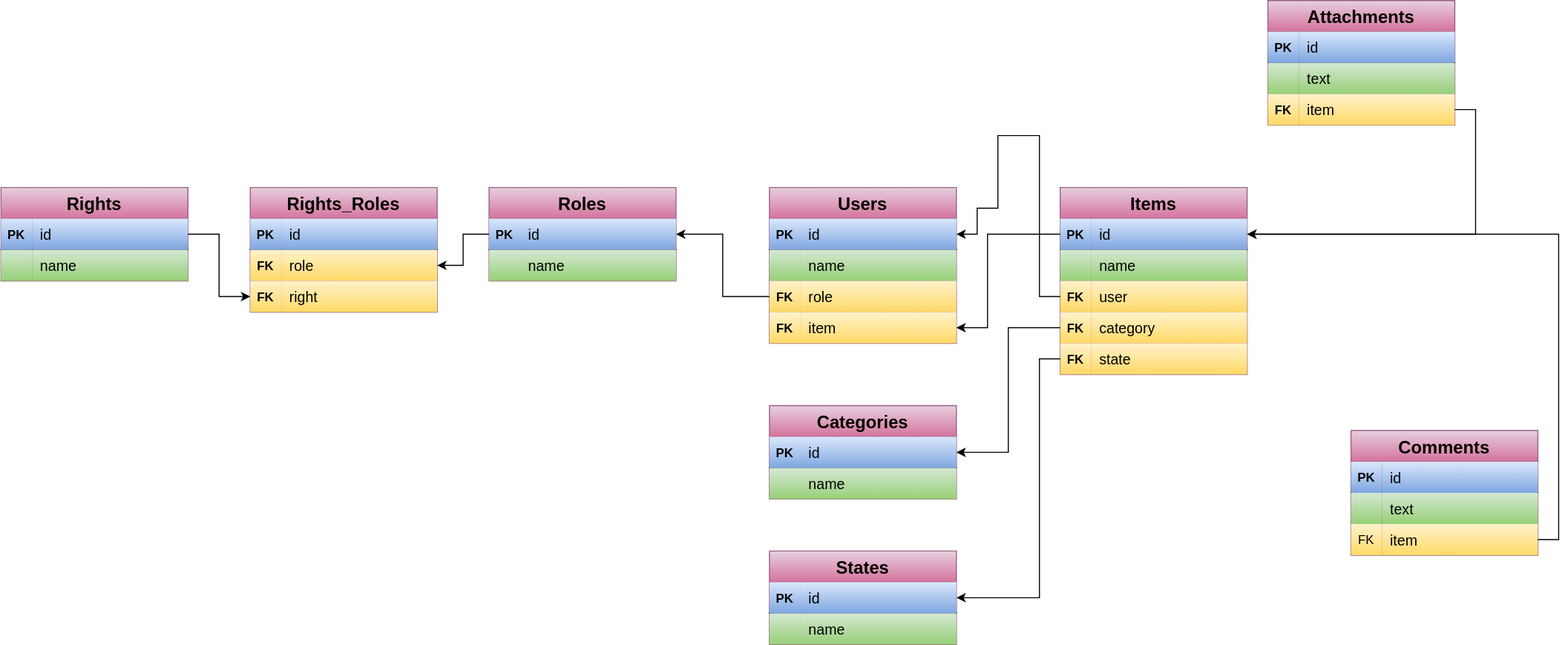
This is src/main/java/ru/job4j/sql/roles_scheme.svg from VladimirKozemaslov/job4j_design, a draw.io export, as it was before one commit. Source tidied: cells renumbered, new cells last; positions are measured from the earlier drawing's top-left corner, leaving out a move shared by most shapes.
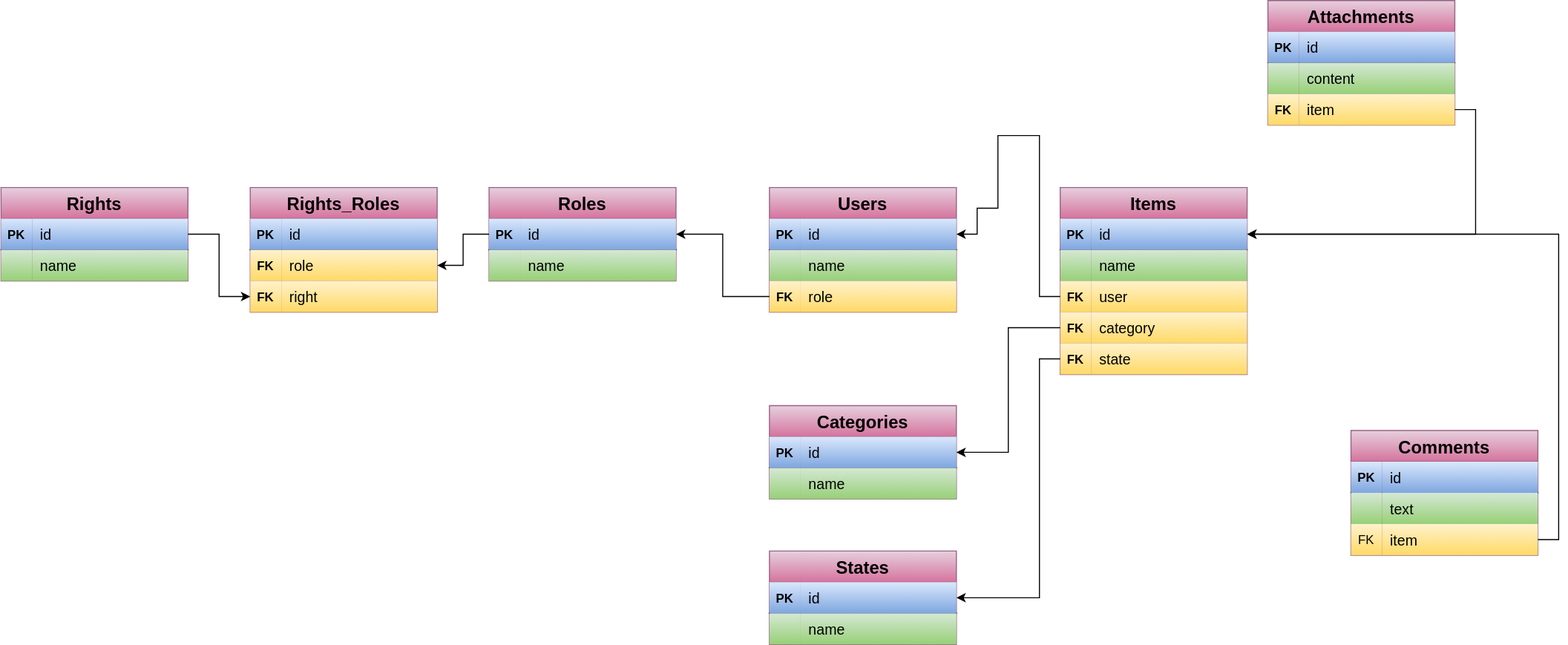
After the change.

Commit message:
1. Схема прав пользователи и роли. [#1093]

What changed in the source:
```diff
@@ -3,7 +3,7 @@
     <mxCell id="0" />
     <mxCell id="1" parent="0" />
     <mxCell id="2" value="Users" style="shape=table;startSize=30;rowLines=1;fontStyle=1;align=center;strokeWidth=1;perimeterSpacing=1;rounded=0;shadow=0;sketch=0;columnLines=1;resizeLastRow=0;horizontal=1;fillColor=#e6d0de;fontSize=17;verticalAlign=middle;labelBackgroundColor=none;labelBorderColor=none;gradientColor=#d5739d;strokeColor=#996185;" parent="1" vertex="1">
-      <mxGeometry x="740" y="180" width="180" height="150" as="geometry" />
+      <mxGeometry x="740" y="180" width="180" height="120" as="geometry" />
     </mxCell>
     <mxCell id="3" style="shape=partialRectangle;fillColor=none;top=0;left=0;bottom=1;right=0;points=[[0,0.5],[1,0.5]];portConstraint=eastwest;" parent="2" vertex="1">
       <mxGeometry y="30" width="180" height="30" as="geometry" />
@@ -32,15 +32,6 @@
     <mxCell id="11" value="role" style="shape=partialRectangle;fillColor=#fff2cc;top=0;left=0;bottom=0;right=0;align=left;spacingLeft=6;overflow=hidden;fontStyle=0;fontSize=14;gradientColor=#ffd966;strokeColor=#d6b656;" parent="9" vertex="1">
       <mxGeometry x="30" width="150" height="30" as="geometry" />
     </mxCell>
-    <mxCell id="12" style="shape=partialRectangle;fillColor=none;top=0;left=0;bottom=0;right=0;points=[[0,0.5],[1,0.5]];portConstraint=eastwest;" parent="2" vertex="1">
-      <mxGeometry y="120" width="180" height="30" as="geometry" />
-    </mxCell>
-    <mxCell id="13" value="FK" style="shape=partialRectangle;fillColor=#fff2cc;top=0;left=0;bottom=0;right=0;overflow=hidden;fontStyle=1;gradientColor=#ffd966;strokeColor=#d6b656;" parent="12" vertex="1">
-      <mxGeometry width="30" height="30" as="geometry" />
-    </mxCell>
-    <mxCell id="14" value="item" style="shape=partialRectangle;fillColor=#fff2cc;top=0;left=0;bottom=0;right=0;align=left;spacingLeft=6;overflow=hidden;fontStyle=0;fontSize=14;gradientColor=#ffd966;strokeColor=#d6b656;" parent="12" vertex="1">
-      <mxGeometry x="30" width="150" height="30" as="geometry" />
-    </mxCell>
     <mxCell id="15" style="edgeStyle=orthogonalEdgeStyle;rounded=0;orthogonalLoop=1;jettySize=auto;html=1;entryX=0;entryY=0.5;entryDx=0;entryDy=0;strokeWidth=1;fontSize=17;" parent="1" edge="1">
       <mxGeometry relative="1" as="geometry">
         <mxPoint x="610" y="322" as="sourcePoint" />
@@ -179,7 +170,7 @@
     <mxCell id="58" value="state" style="shape=partialRectangle;fillColor=#fff2cc;top=0;left=0;bottom=0;right=0;align=left;spacingLeft=6;overflow=hidden;fontStyle=0;fontSize=14;strokeColor=#d6b656;gradientColor=#ffd966;" parent="56" vertex="1">
       <mxGeometry x="30" width="150" height="30" as="geometry" />
     </mxCell>
-    <mxCell id="59" style="edgeStyle=orthogonalEdgeStyle;rounded=0;jettySize=auto;html=1;entryX=1;entryY=0.5;entryDx=0;entryDy=0;" parent="1" edge="1" source="44" target="12">
+    <mxCell id="59" style="edgeStyle=orthogonalEdgeStyle;rounded=0;jettySize=auto;html=1;entryX=1;entryY=0.5;entryDx=0;entryDy=0;" parent="1" edge="1" source="44">
       <mxGeometry relative="1" as="geometry">
         <Array as="points">
           <mxPoint x="950" y="225" />
@@ -235,7 +226,7 @@
     <mxCell id="75" style="shape=partialRectangle;fillColor=#d5e8d4;top=0;left=0;bottom=0;right=0;overflow=hidden;gradientColor=#97d077;strokeColor=#82b366;" parent="74" vertex="1">
       <mxGeometry width="30" height="30" as="geometry" />
     </mxCell>
-    <mxCell id="76" value="text" style="shape=partialRectangle;fillColor=#d5e8d4;top=0;left=0;bottom=0;right=0;align=left;spacingLeft=6;overflow=hidden;fontStyle=0;fontSize=14;gradientColor=#97d077;strokeColor=#82b366;" parent="74" vertex="1">
+    <mxCell id="76" value="content" style="shape=partialRectangle;fillColor=#d5e8d4;top=0;left=0;bottom=0;right=0;align=left;spacingLeft=6;overflow=hidden;fontStyle=0;fontSize=14;gradientColor=#97d077;strokeColor=#82b366;" parent="74" vertex="1">
       <mxGeometry x="30" width="150" height="30" as="geometry" />
     </mxCell>
     <mxCell id="77" style="shape=partialRectangle;fillColor=none;top=0;left=0;bottom=0;right=0;points=[[0,0.5],[1,0.5]];portConstraint=eastwest;" parent="70" vertex="1">
```
